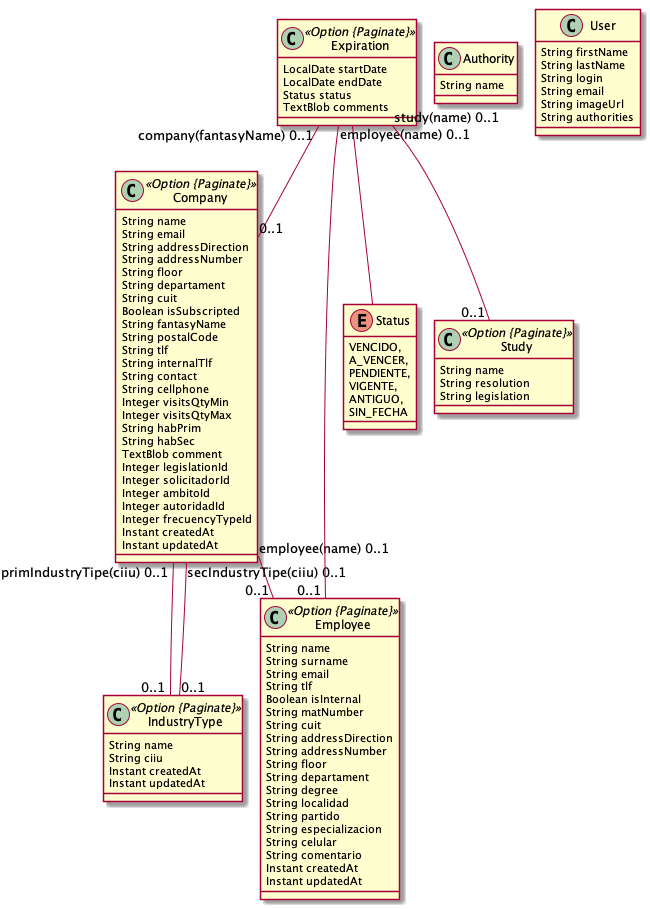
This is BaseSepa.png from SepaSoporteIt/SEPA_APP_REACT, a PlantUML export, as it was before one commit.
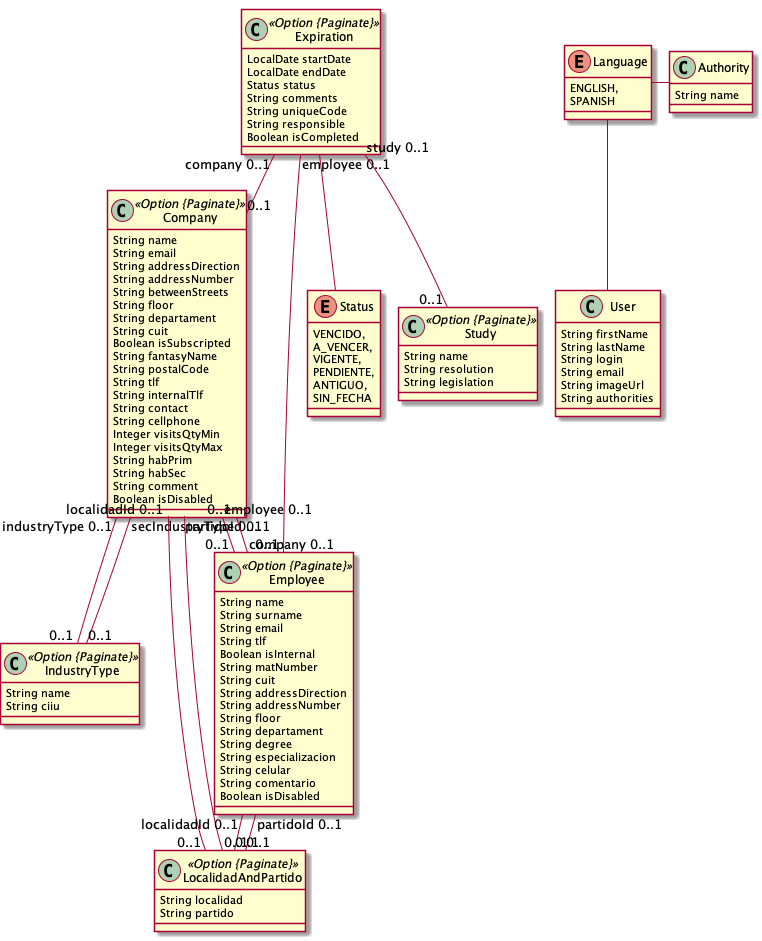
The same diagram one commit later.

Change to the diagram source:
```diff
@@ -6,6 +6,7 @@
 		String email
 		String addressDirection
 		String addressNumber
+		String betweenStreets
 		String floor
 		String departament
 		String cuit
@@ -20,20 +21,12 @@
 		Integer visitsQtyMax
 		String habPrim
 		String habSec
-		TextBlob comment
-		Integer legislationId
-		Integer solicitadorId
-		Integer ambitoId
-		Integer autoridadId
-		Integer frecuencyTypeId
-		Instant createdAt
-		Instant updatedAt
+		String comment
+		Boolean isDisabled
 	}
 	class IndustryType <<Option {Paginate}>> {
 		String name
 		String ciiu
-		Instant createdAt
-		Instant updatedAt
 	}
 	class Employee <<Option {Paginate}>> {
 		String name
@@ -48,19 +41,19 @@
 		String floor
 		String departament
 		String degree
-		String localidad
-		String partido
 		String especializacion
 		String celular
 		String comentario
-		Instant createdAt
-		Instant updatedAt
+		Boolean isDisabled
 	}
 	class Expiration <<Option {Paginate}>> {
 		LocalDate startDate
 		LocalDate endDate
 		Status status
-		TextBlob comments
+		String comments
+		String uniqueCode
+		String responsible
+		Boolean isCompleted
 	}
 	Expiration ..> Status
 	class Study <<Option {Paginate}>> {
@@ -68,20 +61,33 @@
 		String resolution
 		String legislation
 	}
+	class LocalidadAndPartido <<Option {Paginate}>> {
+		String localidad
+		String partido
+	}
+	enum Language {
+		ENGLISH,
+		SPANISH
+	}
 	enum Status {
 		VENCIDO,
 		A_VENCER,
+		VIGENTE,
 		PENDIENTE,
-		VIGENTE,
 		ANTIGUO,
 		SIN_FECHA
 	}
-	Company  "employee(name) 0..1 " -- "0..1 "  Employee
-	Company  "primIndustryTipe(ciiu) 0..1 " -- "0..1 "  IndustryType
-	Company  "secIndustryTipe(ciiu) 0..1 " -- "0..1 "  IndustryType
-	Expiration  "company(fantasyName) 0..1 " -- "0..1 "  Company
-	Expiration  "employee(name) 0..1 " -- "0..1 "  Employee
-	Expiration  "study(name) 0..1 " -- "0..1 "  Study
+	Company  "employee 0..1 " -- "0..1 "  Employee
+	Company  "industryType 0..1 " -- "0..1 "  IndustryType
+	Company  "secIndustryType 0..1 " -- "0..1 "  IndustryType
+	Company  "localidadId 0..1 " -- "0..1 "  LocalidadAndPartido
+	Company  "partidoId 0..1 " -- "0..1 "  LocalidadAndPartido
+	Employee  "company 0..1 " -- "0..1 "  Company
+	Employee  "localidadId 0..1 " -- "0..1 "  LocalidadAndPartido
+	Employee  "partidoId 0..1 " -- "0..1 "  LocalidadAndPartido
+	Expiration  "company 0..1 " -- "0..1 "  Company
+	Expiration  "employee 0..1 " -- "0..1 "  Employee
+	Expiration  "study 0..1 " -- "0..1 "  Study
 	class Authority  {
 		String name
 	}
```
